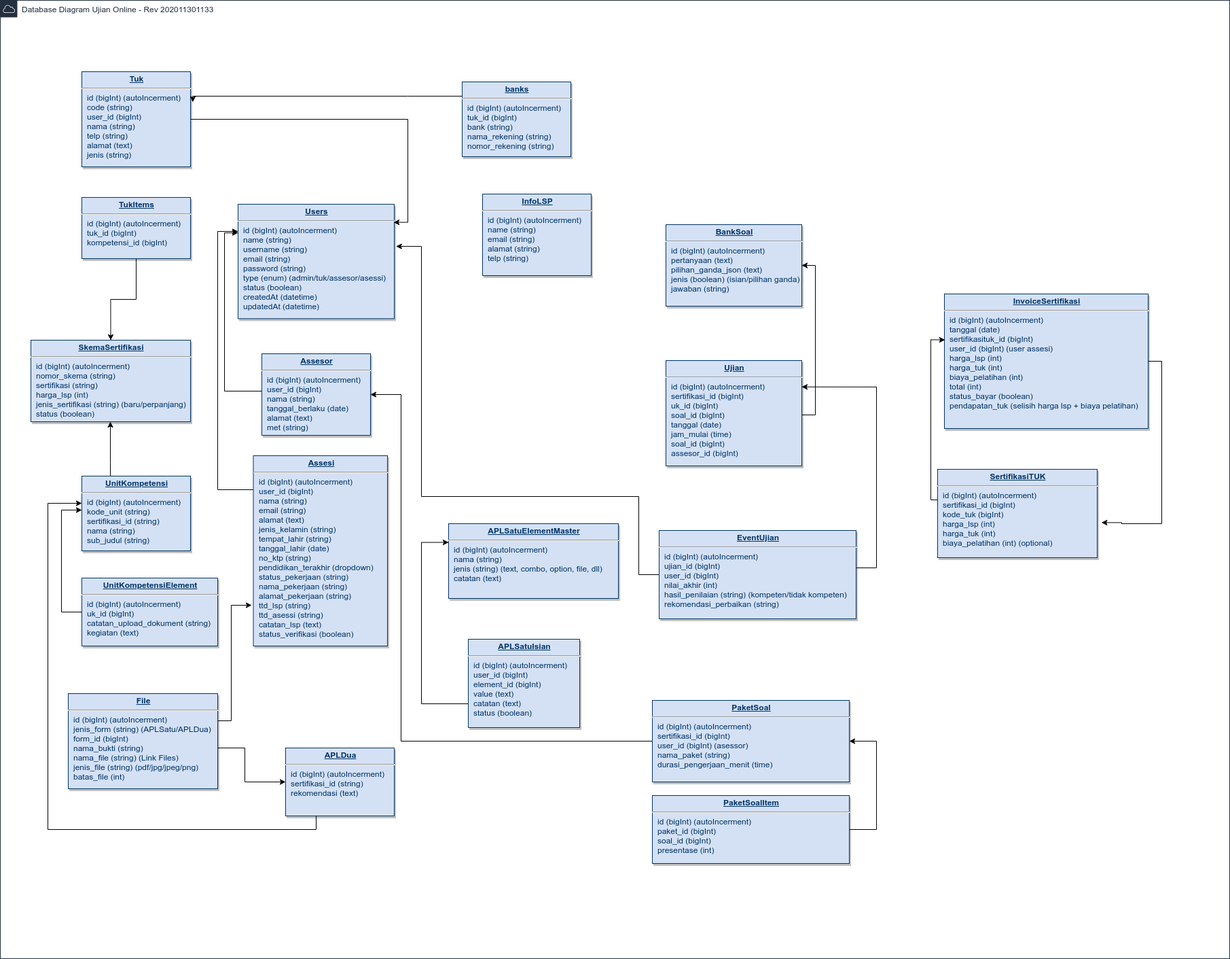
Before: db.png, a diagram exported from draw.io (awankelana/vip-db). Source tidied: cells renumbered, new cells last; positions are measured from the earlier drawing's top-left corner, leaving out a move shared by most shapes.
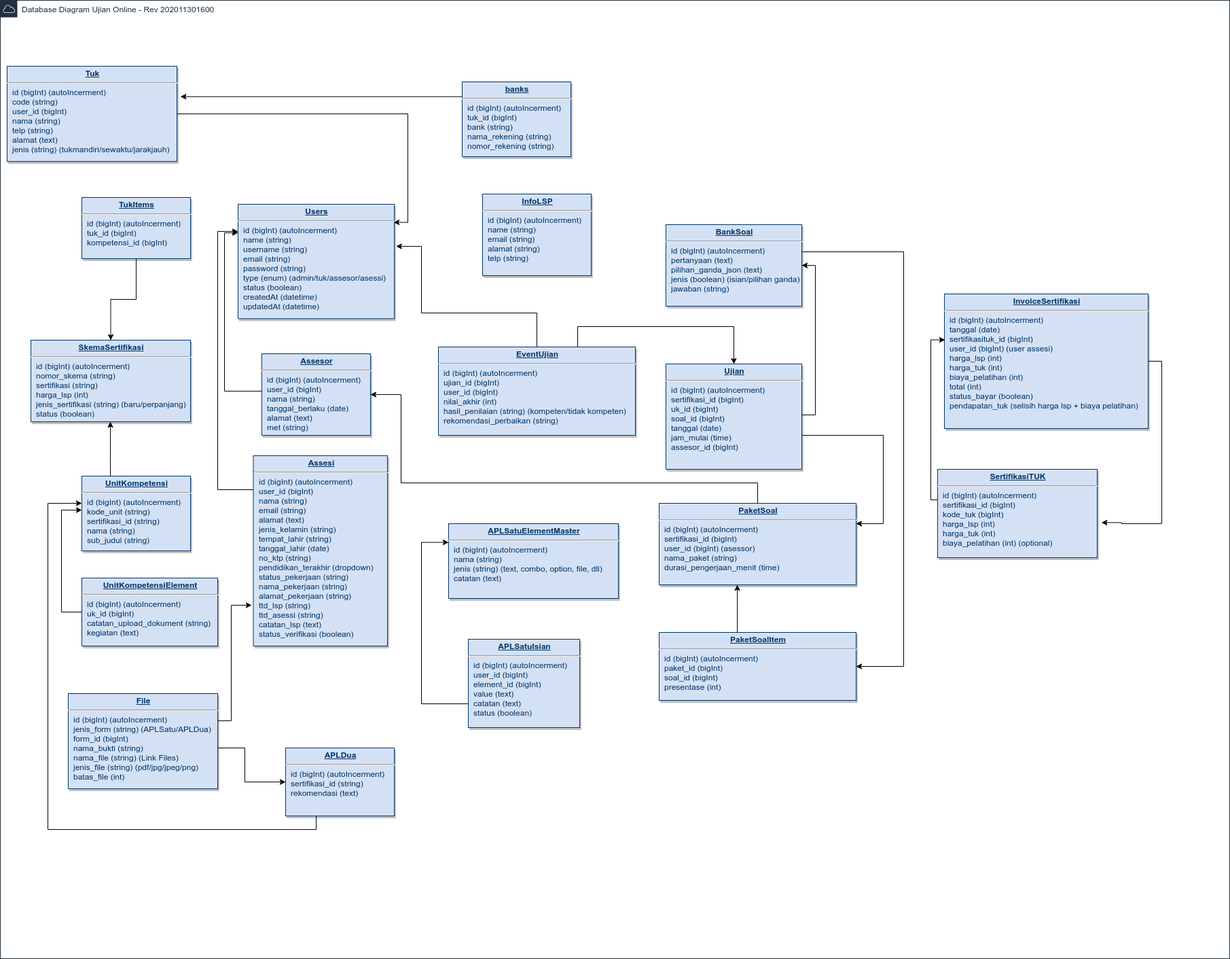
After the change.

The edit, as a diff of the source:
```diff
@@ -2,14 +2,14 @@
   <root>
     <mxCell id="0" />
     <mxCell id="1" parent="0" />
-    <mxCell id="2" value="Database Diagram Ujian Online - Rev 202011301133" style="gradientColor=none;html=1;whiteSpace=wrap;fontSize=12;fontStyle=0;shape=mxgraph.aws4.group;grIcon=mxgraph.aws4.group_aws_cloud;strokeColor=#232F3E;fillColor=none;verticalAlign=top;align=left;spacingLeft=30;fontColor=#232F3E;dashed=0;" parent="1" vertex="1">
+    <mxCell id="2" value="Database Diagram Ujian Online - Rev 202011301600" style="gradientColor=none;html=1;whiteSpace=wrap;fontSize=12;fontStyle=0;shape=mxgraph.aws4.group;grIcon=mxgraph.aws4.group_aws_cloud;strokeColor=#232F3E;fillColor=none;verticalAlign=top;align=left;spacingLeft=30;fontColor=#232F3E;dashed=0;" parent="1" vertex="1">
       <mxGeometry width="1810" height="1410" as="geometry" />
     </mxCell>
     <mxCell id="3" style="edgeStyle=orthogonalEdgeStyle;rounded=0;jettySize=auto;html=1;entryX=0.996;entryY=0.158;entryDx=0;entryDy=0;entryPerimeter=0;" parent="1" edge="1" source="4" target="9">
       <mxGeometry relative="1" as="geometry" />
     </mxCell>
-    <mxCell id="4" value="&lt;p style=&quot;margin: 0px ; margin-top: 4px ; text-align: center ; text-decoration: underline&quot;&gt;&lt;b&gt;Tuk&lt;/b&gt;&lt;/p&gt;&lt;hr&gt;&lt;p style=&quot;margin: 0px ; margin-left: 8px&quot;&gt;id (bigInt) (autoIncerment)&lt;br&gt;&lt;/p&gt;&lt;p style=&quot;margin: 0px ; margin-left: 8px&quot;&gt;code (string)&lt;br&gt;user_id (bigInt)&lt;/p&gt;&lt;p style=&quot;margin: 0px ; margin-left: 8px&quot;&gt;nama (string)&lt;/p&gt;&lt;p style=&quot;margin: 0px ; margin-left: 8px&quot;&gt;telp (string)&lt;/p&gt;&lt;p style=&quot;margin: 0px ; margin-left: 8px&quot;&gt;alamat (text)&lt;/p&gt;&lt;p style=&quot;margin: 0px ; margin-left: 8px&quot;&gt;jenis (string)&lt;/p&gt;" style="verticalAlign=top;align=left;overflow=fill;fontSize=12;fontFamily=Helvetica;html=1;strokeColor=#003366;shadow=1;fillColor=#D4E1F5;fontColor=#003366;" parent="1" vertex="1">
-      <mxGeometry x="120" y="105" width="160" height="140" as="geometry" />
+    <mxCell id="4" value="&lt;p style=&quot;margin: 0px ; margin-top: 4px ; text-align: center ; text-decoration: underline&quot;&gt;&lt;b&gt;Tuk&lt;/b&gt;&lt;/p&gt;&lt;hr&gt;&lt;p style=&quot;margin: 0px ; margin-left: 8px&quot;&gt;id (bigInt) (autoIncerment)&lt;br&gt;&lt;/p&gt;&lt;p style=&quot;margin: 0px ; margin-left: 8px&quot;&gt;code (string)&lt;br&gt;user_id (bigInt)&lt;/p&gt;&lt;p style=&quot;margin: 0px ; margin-left: 8px&quot;&gt;nama (string)&lt;/p&gt;&lt;p style=&quot;margin: 0px ; margin-left: 8px&quot;&gt;telp (string)&lt;/p&gt;&lt;p style=&quot;margin: 0px ; margin-left: 8px&quot;&gt;alamat (text)&lt;/p&gt;&lt;p style=&quot;margin: 0px ; margin-left: 8px&quot;&gt;jenis (string) (tukmandiri/sewaktu/jarakjauh)&lt;/p&gt;" style="verticalAlign=top;align=left;overflow=fill;fontSize=12;fontFamily=Helvetica;html=1;strokeColor=#003366;shadow=1;fillColor=#D4E1F5;fontColor=#003366;" parent="1" vertex="1">
+      <mxGeometry x="10" y="97" width="250" height="140" as="geometry" />
     </mxCell>
     <mxCell id="5" style="edgeStyle=orthogonalEdgeStyle;rounded=0;jettySize=auto;html=1;entryX=1.027;entryY=0.603;entryDx=0;entryDy=0;entryPerimeter=0;" parent="1" edge="1" source="6" target="31">
       <mxGeometry relative="1" as="geometry">
@@ -46,8 +46,7 @@
     <mxCell id="12" style="edgeStyle=orthogonalEdgeStyle;rounded=0;jettySize=auto;html=1;entryX=1.021;entryY=0.319;entryDx=0;entryDy=0;entryPerimeter=0;" parent="1" edge="1" source="13" target="4">
       <mxGeometry relative="1" as="geometry">
         <Array as="points">
-          <mxPoint x="600" y="141" />
-          <mxPoint x="600" y="141" />
+          <mxPoint x="283" y="141" />
         </Array>
       </mxGeometry>
     </mxCell>
@@ -154,6 +153,14 @@
     <mxCell id="31" value="&lt;p style=&quot;margin: 0px ; margin-top: 4px ; text-align: center ; text-decoration: underline&quot;&gt;&lt;strong&gt;SertifikasiTUK&lt;/strong&gt;&lt;/p&gt;&lt;hr&gt;&lt;p style=&quot;margin: 0px ; margin-left: 8px&quot;&gt;id (bigInt) (autoIncerment)&lt;/p&gt;&lt;p style=&quot;margin: 0px ; margin-left: 8px&quot;&gt;sertifikasi_id (bigInt)&lt;/p&gt;&lt;p style=&quot;margin: 0px ; margin-left: 8px&quot;&gt;kode_tuk (bigInt)&lt;/p&gt;&lt;p style=&quot;margin: 0px ; margin-left: 8px&quot;&gt;harga_lsp (int)&lt;/p&gt;&lt;p style=&quot;margin: 0px ; margin-left: 8px&quot;&gt;harga_tuk (int)&lt;/p&gt;&lt;p style=&quot;margin: 0px ; margin-left: 8px&quot;&gt;biaya_pelatihan (int) (optional)&lt;/p&gt;" style="verticalAlign=top;align=left;overflow=fill;fontSize=12;fontFamily=Helvetica;html=1;strokeColor=#003366;shadow=1;fillColor=#D4E1F5;fontColor=#003366;" parent="1" vertex="1">
       <mxGeometry x="1380" y="690" width="235" height="130" as="geometry" />
     </mxCell>
+    <mxCell id="42" style="edgeStyle=orthogonalEdgeStyle;rounded=0;jettySize=auto;html=1;entryX=1;entryY=0.5;entryDx=0;entryDy=0;" parent="1" edge="1" source="32" target="41">
+      <mxGeometry relative="1" as="geometry">
+        <Array as="points">
+          <mxPoint x="1330" y="370" />
+          <mxPoint x="1330" y="980" />
+        </Array>
+      </mxGeometry>
+    </mxCell>
     <mxCell id="32" value="&lt;p style=&quot;margin: 0px ; margin-top: 4px ; text-align: center ; text-decoration: underline&quot;&gt;&lt;strong&gt;BankSoal&lt;/strong&gt;&lt;/p&gt;&lt;hr&gt;&lt;p style=&quot;margin: 0px ; margin-left: 8px&quot;&gt;id (bigInt) (autoIncerment)&lt;/p&gt;&lt;p style=&quot;margin: 0px ; margin-left: 8px&quot;&gt;pertanyaan (text)&lt;/p&gt;&lt;p style=&quot;margin: 0px ; margin-left: 8px&quot;&gt;pilihan_ganda_json (text)&lt;/p&gt;&lt;p style=&quot;margin: 0px ; margin-left: 8px&quot;&gt;jenis (boolean) (isian/pilihan ganda)&lt;/p&gt;&lt;p style=&quot;margin: 0px ; margin-left: 8px&quot;&gt;jawaban (string)&lt;/p&gt;" style="verticalAlign=top;align=left;overflow=fill;fontSize=12;fontFamily=Helvetica;html=1;strokeColor=#003366;shadow=1;fillColor=#D4E1F5;fontColor=#003366;" parent="1" vertex="1">
       <mxGeometry x="980" y="330" width="200" height="120" as="geometry" />
     </mxCell>
@@ -166,51 +173,59 @@
         </Array>
       </mxGeometry>
     </mxCell>
+    <mxCell id="43" style="edgeStyle=orthogonalEdgeStyle;rounded=0;jettySize=auto;html=1;entryX=1;entryY=0.25;entryDx=0;entryDy=0;" parent="1" edge="1" source="34" target="39">
+      <mxGeometry relative="1" as="geometry">
+        <Array as="points">
+          <mxPoint x="1300" y="640" />
+          <mxPoint x="1300" y="770" />
+        </Array>
+      </mxGeometry>
+    </mxCell>
-    <mxCell id="34" value="&lt;p style=&quot;margin: 0px ; margin-top: 4px ; text-align: center ; text-decoration: underline&quot;&gt;&lt;strong&gt;Ujian&lt;/strong&gt;&lt;/p&gt;&lt;hr&gt;&lt;p style=&quot;margin: 0px ; margin-left: 8px&quot;&gt;id (bigInt) (autoIncerment)&lt;/p&gt;&lt;p style=&quot;margin: 0px ; margin-left: 8px&quot;&gt;sertifikasi_id (bigInt)&lt;/p&gt;&lt;p style=&quot;margin: 0px ; margin-left: 8px&quot;&gt;uk_id (bigInt)&lt;/p&gt;&lt;p style=&quot;margin: 0px ; margin-left: 8px&quot;&gt;soal_id (bigInt)&lt;/p&gt;&lt;p style=&quot;margin: 0px ; margin-left: 8px&quot;&gt;tanggal (date)&lt;/p&gt;&lt;p style=&quot;margin: 0px ; margin-left: 8px&quot;&gt;jam_mulai (time)&lt;/p&gt;&lt;p style=&quot;margin: 0px ; margin-left: 8px&quot;&gt;soal_id (bigInt)&lt;/p&gt;&lt;p style=&quot;margin: 0px ; margin-left: 8px&quot;&gt;assesor_id (bigInt)&lt;/p&gt;" style="verticalAlign=top;align=left;overflow=fill;fontSize=12;fontFamily=Helvetica;html=1;strokeColor=#003366;shadow=1;fillColor=#D4E1F5;fontColor=#003366;" parent="1" vertex="1">
-      <mxGeometry x="980" y="530" width="200" height="155" as="geometry" />
+    <mxCell id="34" value="&lt;p style=&quot;margin: 0px ; margin-top: 4px ; text-align: center ; text-decoration: underline&quot;&gt;&lt;strong&gt;Ujian&lt;/strong&gt;&lt;/p&gt;&lt;hr&gt;&lt;p style=&quot;margin: 0px ; margin-left: 8px&quot;&gt;id (bigInt) (autoIncerment)&lt;/p&gt;&lt;p style=&quot;margin: 0px ; margin-left: 8px&quot;&gt;sertifikasi_id (bigInt)&lt;/p&gt;&lt;p style=&quot;margin: 0px ; margin-left: 8px&quot;&gt;uk_id (bigInt)&lt;/p&gt;&lt;p style=&quot;margin: 0px ; margin-left: 8px&quot;&gt;soal_id (bigInt)&lt;/p&gt;&lt;p style=&quot;margin: 0px ; margin-left: 8px&quot;&gt;tanggal (date)&lt;/p&gt;&lt;p style=&quot;margin: 0px ; margin-left: 8px&quot;&gt;jam_mulai (time)&lt;/p&gt;&lt;p style=&quot;margin: 0px ; margin-left: 8px&quot;&gt;assesor_id (bigInt)&lt;/p&gt;" style="verticalAlign=top;align=left;overflow=fill;fontSize=12;fontFamily=Helvetica;html=1;strokeColor=#003366;shadow=1;fillColor=#D4E1F5;fontColor=#003366;" parent="1" vertex="1">
+      <mxGeometry x="980" y="535" width="200" height="155" as="geometry" />
     </mxCell>
-    <mxCell id="35" style="edgeStyle=orthogonalEdgeStyle;rounded=0;jettySize=auto;html=1;entryX=1;entryY=0.25;entryDx=0;entryDy=0;" parent="1" edge="1" source="37" target="34">
+    <mxCell id="35" style="edgeStyle=orthogonalEdgeStyle;rounded=0;jettySize=auto;html=1;entryX=0.5;entryY=0;entryDx=0;entryDy=0;" parent="1" edge="1" source="37" target="34">
       <mxGeometry relative="1" as="geometry">
         <Array as="points">
-          <mxPoint x="1290" y="835" />
-          <mxPoint x="1290" y="569" />
+          <mxPoint x="850" y="480" />
+          <mxPoint x="1080" y="480" />
         </Array>
       </mxGeometry>
     </mxCell>
     <mxCell id="36" style="edgeStyle=orthogonalEdgeStyle;rounded=0;jettySize=auto;html=1;entryX=1.012;entryY=0.368;entryDx=0;entryDy=0;entryPerimeter=0;" parent="1" edge="1" source="37" target="9">
       <mxGeometry relative="1" as="geometry">
         <Array as="points">
-          <mxPoint x="940" y="845" />
-          <mxPoint x="940" y="730" />
-          <mxPoint x="620" y="730" />
+          <mxPoint x="790" y="460" />
+          <mxPoint x="620" y="460" />
           <mxPoint x="620" y="362" />
         </Array>
       </mxGeometry>
     </mxCell>
     <mxCell id="37" value="&lt;p style=&quot;margin: 0px ; margin-top: 4px ; text-align: center ; text-decoration: underline&quot;&gt;&lt;strong&gt;EventUjian&lt;/strong&gt;&lt;/p&gt;&lt;hr&gt;&lt;p style=&quot;margin: 0px ; margin-left: 8px&quot;&gt;id (bigInt) (autoIncerment)&lt;/p&gt;&lt;p style=&quot;margin: 0px ; margin-left: 8px&quot;&gt;ujian_id (bigInt)&lt;/p&gt;&lt;p style=&quot;margin: 0px ; margin-left: 8px&quot;&gt;user_id (bigInt)&lt;/p&gt;&lt;p style=&quot;margin: 0px ; margin-left: 8px&quot;&gt;nilai_akhir (int)&lt;/p&gt;&lt;p style=&quot;margin: 0px ; margin-left: 8px&quot;&gt;hasil_penilaian (string) (kompeten/tidak kompeten)&lt;/p&gt;&lt;p style=&quot;margin: 0px ; margin-left: 8px&quot;&gt;rekomendasi_perbaikan (string)&lt;/p&gt;" style="verticalAlign=top;align=left;overflow=fill;fontSize=12;fontFamily=Helvetica;html=1;strokeColor=#003366;shadow=1;fillColor=#D4E1F5;fontColor=#003366;" parent="1" vertex="1">
-      <mxGeometry x="970" y="780" width="290" height="130" as="geometry" />
+      <mxGeometry x="645" y="510" width="290" height="130" as="geometry" />
     </mxCell>
     <mxCell id="38" style="edgeStyle=orthogonalEdgeStyle;rounded=0;jettySize=auto;html=1;" parent="1" edge="1" source="39" target="16">
       <mxGeometry relative="1" as="geometry">
         <Array as="points">
-          <mxPoint x="590" y="1090" />
+          <mxPoint x="1115" y="710" />
+          <mxPoint x="590" y="710" />
           <mxPoint x="590" y="580" />
         </Array>
       </mxGeometry>
     </mxCell>
     <mxCell id="39" value="&lt;p style=&quot;margin: 0px ; margin-top: 4px ; text-align: center ; text-decoration: underline&quot;&gt;&lt;strong&gt;PaketSoal&lt;/strong&gt;&lt;/p&gt;&lt;hr&gt;&lt;p style=&quot;margin: 0px ; margin-left: 8px&quot;&gt;id (bigInt) (autoIncerment)&lt;/p&gt;&lt;p style=&quot;margin: 0px ; margin-left: 8px&quot;&gt;&lt;span&gt;sertifikasi_id (bigInt)&lt;/span&gt;&lt;br&gt;&lt;/p&gt;&lt;p style=&quot;margin: 0px ; margin-left: 8px&quot;&gt;user_id (bigInt) (asessor)&lt;/p&gt;&lt;p style=&quot;margin: 0px ; margin-left: 8px&quot;&gt;nama_paket (string)&lt;/p&gt;&lt;p style=&quot;margin: 0px ; margin-left: 8px&quot;&gt;durasi_pengerjaan_menit (time)&lt;/p&gt;" style="verticalAlign=top;align=left;overflow=fill;fontSize=12;fontFamily=Helvetica;html=1;strokeColor=#003366;shadow=1;fillColor=#D4E1F5;fontColor=#003366;" parent="1" vertex="1">
-      <mxGeometry x="960" y="1030" width="290" height="120" as="geometry" />
+      <mxGeometry x="970" y="740" width="290" height="120" as="geometry" />
     </mxCell>
     <mxCell id="40" style="edgeStyle=orthogonalEdgeStyle;rounded=0;jettySize=auto;html=1;" parent="1" edge="1" source="41" target="39">
       <mxGeometry relative="1" as="geometry">
         <Array as="points">
-          <mxPoint x="1290" y="1220" />
-          <mxPoint x="1290" y="1090" />
+          <mxPoint x="1085" y="890" />
+          <mxPoint x="1085" y="890" />
         </Array>
       </mxGeometry>
     </mxCell>
     <mxCell id="41" value="&lt;p style=&quot;margin: 0px ; margin-top: 4px ; text-align: center ; text-decoration: underline&quot;&gt;&lt;strong&gt;PaketSoalItem&lt;/strong&gt;&lt;/p&gt;&lt;hr&gt;&lt;p style=&quot;margin: 0px ; margin-left: 8px&quot;&gt;id (bigInt) (autoIncerment)&lt;/p&gt;&lt;p style=&quot;margin: 0px ; margin-left: 8px&quot;&gt;paket_id (bigInt)&lt;/p&gt;&lt;p style=&quot;margin: 0px ; margin-left: 8px&quot;&gt;soal_id (bigInt)&lt;/p&gt;&lt;p style=&quot;margin: 0px ; margin-left: 8px&quot;&gt;presentase (int)&lt;/p&gt;" style="verticalAlign=top;align=left;overflow=fill;fontSize=12;fontFamily=Helvetica;html=1;strokeColor=#003366;shadow=1;fillColor=#D4E1F5;fontColor=#003366;" parent="1" vertex="1">
-      <mxGeometry x="960" y="1170" width="290" height="100" as="geometry" />
+      <mxGeometry x="970" y="930" width="290" height="100" as="geometry" />
     </mxCell>
   </root>
 </mxGraphModel>
```
